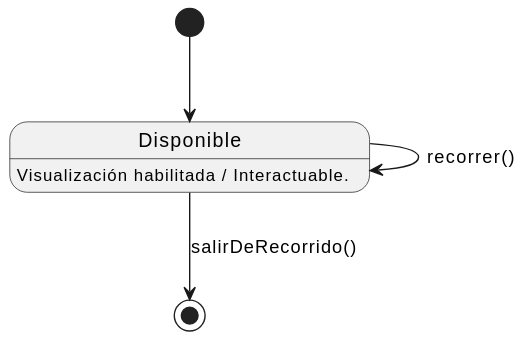
Camila-Lesly/25-26-idsw1-sdr keeps this PlantUML diagram as documentos/00-modeloDeDominio/DiagramaDeEstados/DdEspacioRecorrido/diagramaDeEstados.svg. Above is the earlier version. The source it was exported from:
```plantuml
@startuml
[*] --> Disponible

state Disponible
Disponible : Visualización habilitada / Interactuable.

Disponible --> Disponible : recorrer()
Disponible --> [*] : salirDeRecorrido()
@enduml
```
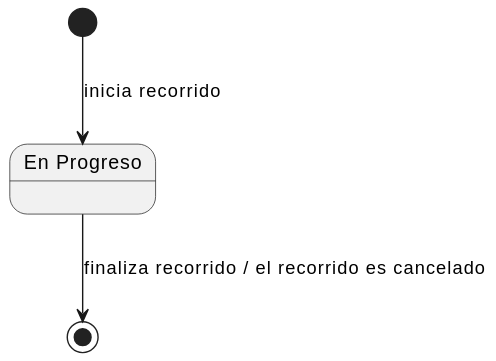
Above is the later version.

Commit message:
refactor: implementing new iteration for state diagrams for more accuracy

Diff of the diagram source:
```diff
@@ -1,9 +1,7 @@
 @startuml
-[*] --> Disponible
+state Progreso as "En Progreso"
 
-state Disponible
-Disponible : Visualización habilitada / Interactuable.
+[*] --> Progreso : inicia recorrido
 
-Disponible --> Disponible : recorrer()
-Disponible --> [*] : salirDeRecorrido()
+Progreso --> [*] : finaliza recorrido / el recorrido es cancelado
 @enduml
```
